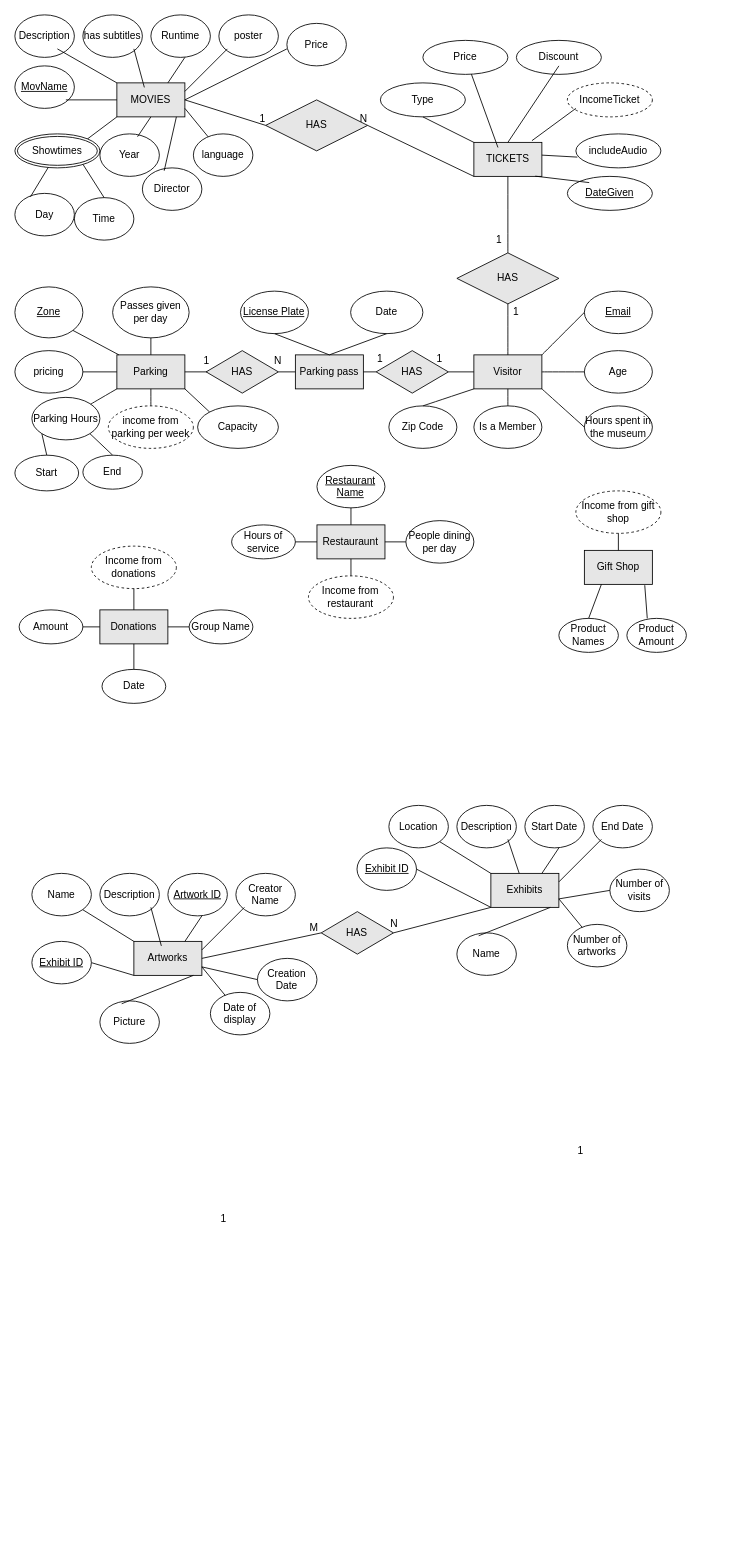
Before: Untitled Diagram.drawio in parzival-3x/MuseumDBProject, a draw.io diagram. Source tidied: cells renumbered, new cells numbered last; positions are measured from the earlier drawing's top-left corner, leaving out a move shared by most shapes. Both pictures are drawn from the tidied source at 85%, with x=0, y=0 at pixel (14, 14).
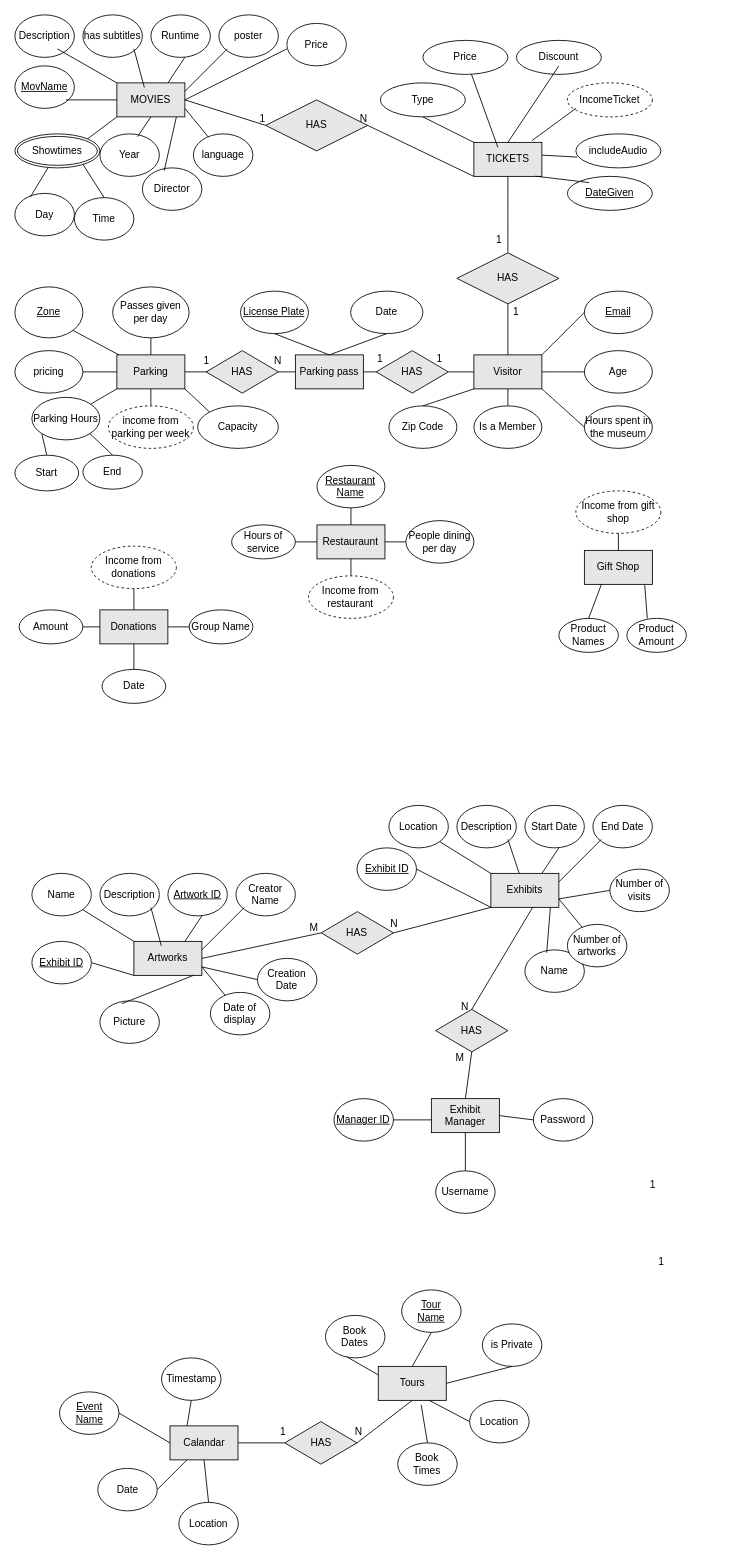
After the change.

Unchanged cells that the change refers to:
```xml
<mxCell id="118" value="&lt;div&gt;Exhibits&lt;/div&gt;" style="rounded=0;whiteSpace=wrap;html=1;labelBackgroundColor=none;fillColor=#E6E6E6;strokeColor=default;align=center;fontColor=default;" parent="1" vertex="1">
  <mxGeometry x="560" y="1010" width="80" height="40" as="geometry" />
</mxCell>
<mxCell id="154" value="HAS" style="shape=rhombus;perimeter=rhombusPerimeter;whiteSpace=wrap;html=1;align=center;labelBackgroundColor=none;strokeColor=default;fontColor=default;fillColor=#E6E6E6;" parent="1" vertex="1">
  <mxGeometry x="360.4" y="1055" width="85" height="50" as="geometry" />
</mxCell>
```

What changed in the source:
```diff
@@
     <mxCell id="119" value="Name" style="ellipse;whiteSpace=wrap;html=1;labelBackgroundColor=none;strokeColor=default;fontColor=default;fillColor=#FFFFFF;" parent="1" vertex="1">
-      <mxGeometry x="520" y="1080" width="70" height="50" as="geometry" />
+      <mxGeometry x="600" y="1100" width="70" height="50" as="geometry" />
     </mxCell>
@@
-    <mxCell id="132" value="1" style="html=1;align=right;verticalAlign=bottom;labelBackgroundColor=none;strokeColor=default;fontColor=default;fillColor=#E6E6E6;" parent="1" vertex="1">
-      <mxGeometry x="745.4" y="1070.1" as="geometry">
+    <mxCell id="132" value="M" style="html=1;align=right;verticalAlign=bottom;labelBackgroundColor=none;strokeColor=default;fontColor=default;fillColor=#E6E6E6;" parent="1" vertex="1">
+      <mxGeometry x="605" y="960" as="geometry">
         <mxPoint x="-76" y="275" as="offset" />
       </mxGeometry>
     </mxCell>
@@
     <mxCell id="150" value="1" style="html=1;align=right;verticalAlign=bottom;labelBackgroundColor=none;strokeColor=default;fontColor=default;fillColor=#E6E6E6;" parent="1" vertex="1">
-      <mxGeometry x="325.4" y="1150.1" as="geometry">
+      <mxGeometry x="840" y="1200" as="geometry">
         <mxPoint x="-76" y="275" as="offset" />
       </mxGeometry>
     </mxCell>
@@
+    <mxCell id="155" style="endArrow=none;html=1;rounded=0;entryX=0;entryY=0.5;entryDx=0;entryDy=0;" parent="1" edge="1" target="154">
+      <mxGeometry relative="1" as="geometry">
+        <mxPoint x="220" y="1110" as="sourcePoint" />
+      </mxGeometry>
+    </mxCell>
@@
-    <mxCell id="155" style="endArrow=none;html=1;rounded=0;entryX=0;entryY=0.5;entryDx=0;entryDy=0;" parent="1" edge="1" target="154">
-      <mxGeometry relative="1" as="geometry">
-        <mxPoint x="220" y="1110" as="sourcePoint" />
-      </mxGeometry>
-    </mxCell>
@@
+    <mxCell id="159" value="Calandar" style="rounded=0;whiteSpace=wrap;html=1;labelBackgroundColor=none;fillColor=#E6E6E6;strokeColor=default;align=center;fontColor=default;" parent="1" vertex="1">
+      <mxGeometry x="182.5" y="1660" width="80" height="40" as="geometry" />
+    </mxCell>
+    <mxCell id="160" value="&lt;u&gt;Event&lt;br&gt;Name&lt;/u&gt;" style="ellipse;whiteSpace=wrap;html=1;labelBackgroundColor=none;strokeColor=default;fontColor=default;fillColor=#FFFFFF;" parent="1" vertex="1">
+      <mxGeometry x="52.5" y="1620" width="70" height="50" as="geometry" />
+    </mxCell>
+    <mxCell id="161" style="endArrow=none;html=1;rounded=0;exitX=0;exitY=0.5;exitDx=0;exitDy=0;entryX=1;entryY=0.5;entryDx=0;entryDy=0;" parent="1" edge="1" source="159" target="160">
+      <mxGeometry relative="1" as="geometry" />
+    </mxCell>
+    <mxCell id="162" value="Date" style="ellipse;whiteSpace=wrap;html=1;labelBackgroundColor=none;strokeColor=default;fontColor=default;fillColor=#FFFFFF;" parent="1" vertex="1">
+      <mxGeometry x="97.5" y="1710" width="70" height="50" as="geometry" />
+    </mxCell>
+    <mxCell id="163" value="Timestamp" style="ellipse;whiteSpace=wrap;html=1;labelBackgroundColor=none;strokeColor=default;fontColor=default;fillColor=#FFFFFF;" parent="1" vertex="1">
+      <mxGeometry x="172.5" y="1580" width="70" height="50" as="geometry" />
+    </mxCell>
+    <mxCell id="164" value="Location" style="ellipse;whiteSpace=wrap;html=1;labelBackgroundColor=none;strokeColor=default;fontColor=default;fillColor=#FFFFFF;" parent="1" vertex="1">
+      <mxGeometry x="192.9" y="1750" width="70" height="50" as="geometry" />
+    </mxCell>
+    <mxCell id="165" value="Tours" style="rounded=0;whiteSpace=wrap;html=1;labelBackgroundColor=none;fillColor=#E6E6E6;strokeColor=default;align=center;fontColor=default;" parent="1" vertex="1">
+      <mxGeometry x="427.5" y="1590" width="80" height="40" as="geometry" />
+    </mxCell>
+    <mxCell id="166" style="endArrow=none;html=1;rounded=0;exitX=1;exitY=0.5;exitDx=0;exitDy=0;entryX=0.25;entryY=1;entryDx=0;entryDy=0;" parent="1" edge="1" source="162" target="159">
+      <mxGeometry relative="1" as="geometry" />
+    </mxCell>
+    <mxCell id="167" style="endArrow=none;html=1;rounded=0;exitX=0.5;exitY=0;exitDx=0;exitDy=0;entryX=0.5;entryY=1;entryDx=0;entryDy=0;" parent="1" edge="1" source="164" target="159">
+      <mxGeometry relative="1" as="geometry" />
+    </mxCell>
+    <mxCell id="168" style="endArrow=none;html=1;rounded=0;exitX=0.25;exitY=0;exitDx=0;exitDy=0;entryX=0.5;entryY=1;entryDx=0;entryDy=0;" parent="1" edge="1" source="159" target="163">
+      <mxGeometry relative="1" as="geometry" />
+    </mxCell>
+    <mxCell id="169" value="HAS" style="shape=rhombus;perimeter=rhombusPerimeter;whiteSpace=wrap;html=1;align=center;labelBackgroundColor=none;strokeColor=default;fontColor=default;fillColor=#E6E6E6;" parent="1" vertex="1">
+      <mxGeometry x="317.5" y="1655" width="85" height="50" as="geometry" />
+    </mxCell>
+    <mxCell id="170" style="endArrow=none;html=1;rounded=0;exitX=1;exitY=0.5;exitDx=0;exitDy=0;entryX=0;entryY=0.5;entryDx=0;entryDy=0;" parent="1" edge="1" source="159" target="169">
+      <mxGeometry relative="1" as="geometry" />
+    </mxCell>
+    <mxCell id="171" style="endArrow=none;html=1;rounded=0;entryX=0.5;entryY=1;entryDx=0;entryDy=0;exitX=1;exitY=0.5;exitDx=0;exitDy=0;" parent="1" edge="1" source="169" target="165">
+      <mxGeometry relative="1" as="geometry" />
+    </mxCell>
+    <mxCell id="172" value="Book&lt;br&gt;Dates" style="ellipse;whiteSpace=wrap;html=1;labelBackgroundColor=none;strokeColor=default;fontColor=default;fillColor=#FFFFFF;" parent="1" vertex="1">
+      <mxGeometry x="365.4" y="1530" width="70" height="50" as="geometry" />
+    </mxCell>
+    <mxCell id="173" value="&lt;u&gt;Tour&lt;br&gt;Name&lt;/u&gt;" style="ellipse;whiteSpace=wrap;html=1;labelBackgroundColor=none;strokeColor=default;fontColor=default;fillColor=#FFFFFF;" parent="1" vertex="1">
+      <mxGeometry x="455" y="1500" width="70" height="50" as="geometry" />
+    </mxCell>
+    <mxCell id="174" value="is Private" style="ellipse;whiteSpace=wrap;html=1;labelBackgroundColor=none;strokeColor=default;fontColor=default;fillColor=#FFFFFF;" parent="1" vertex="1">
+      <mxGeometry x="550" y="1540" width="70" height="50" as="geometry" />
+    </mxCell>
+    <mxCell id="175" value="Location" style="ellipse;whiteSpace=wrap;html=1;labelBackgroundColor=none;strokeColor=default;fontColor=default;fillColor=#FFFFFF;" parent="1" vertex="1">
+      <mxGeometry x="535" y="1630" width="70" height="50" as="geometry" />
+    </mxCell>
+    <mxCell id="176" style="endArrow=none;html=1;rounded=0;entryX=0.5;entryY=1;entryDx=0;entryDy=0;exitX=0.5;exitY=0;exitDx=0;exitDy=0;" parent="1" edge="1" source="165" target="173">
+      <mxGeometry relative="1" as="geometry" />
+    </mxCell>
+    <mxCell id="177" style="endArrow=none;html=1;rounded=0;entryX=0;entryY=0.25;entryDx=0;entryDy=0;exitX=0.359;exitY=0.976;exitDx=0;exitDy=0;exitPerimeter=0;" parent="1" edge="1" source="172" target="165">
+      <mxGeometry relative="1" as="geometry" />
+    </mxCell>
+    <mxCell id="178" style="endArrow=none;html=1;rounded=0;entryX=0.75;entryY=1;entryDx=0;entryDy=0;exitX=0;exitY=0.5;exitDx=0;exitDy=0;" parent="1" edge="1" source="175" target="165">
+      <mxGeometry relative="1" as="geometry" />
+    </mxCell>
+    <mxCell id="179" style="endArrow=none;html=1;rounded=0;exitX=1;exitY=0.5;exitDx=0;exitDy=0;entryX=0.5;entryY=1;entryDx=0;entryDy=0;" parent="1" edge="1" source="165" target="174">
+      <mxGeometry relative="1" as="geometry" />
+    </mxCell>
+    <mxCell id="180" value="Book&lt;br&gt;Times" style="ellipse;whiteSpace=wrap;html=1;labelBackgroundColor=none;strokeColor=default;fontColor=default;fillColor=#FFFFFF;" parent="1" vertex="1">
+      <mxGeometry x="450.4" y="1680" width="70" height="50" as="geometry" />
+    </mxCell>
+    <mxCell id="181" style="endArrow=none;html=1;rounded=0;exitX=0.631;exitY=1.132;exitDx=0;exitDy=0;exitPerimeter=0;entryX=0.5;entryY=0;entryDx=0;entryDy=0;" parent="1" edge="1" source="165" target="180">
+      <mxGeometry relative="1" as="geometry" />
+    </mxCell>
+    <mxCell id="182" value="HAS" style="shape=rhombus;perimeter=rhombusPerimeter;whiteSpace=wrap;html=1;align=center;labelBackgroundColor=none;strokeColor=default;fontColor=default;fillColor=#E6E6E6;" parent="1" vertex="1">
+      <mxGeometry x="495" y="1170" width="85" height="50" as="geometry" />
+    </mxCell>
+    <mxCell id="183" style="endArrow=none;html=1;rounded=0;entryX=0.618;entryY=0.988;entryDx=0;entryDy=0;entryPerimeter=0;exitX=0.5;exitY=0;exitDx=0;exitDy=0;" parent="1" edge="1" source="182" target="118">
+      <mxGeometry relative="1" as="geometry" />
+    </mxCell>
+    <mxCell id="184" value="Exhibit Manager" style="rounded=0;whiteSpace=wrap;html=1;labelBackgroundColor=none;fillColor=#E6E6E6;strokeColor=default;align=center;fontColor=default;" parent="1" vertex="1">
+      <mxGeometry x="490" y="1275" width="80" height="40" as="geometry" />
+    </mxCell>
+    <mxCell id="185" value="&lt;u&gt;Manager ID&lt;/u&gt;" style="ellipse;whiteSpace=wrap;html=1;labelBackgroundColor=none;strokeColor=default;fontColor=default;fillColor=#FFFFFF;" parent="1" vertex="1">
+      <mxGeometry x="375.4" y="1275" width="70" height="50" as="geometry" />
+    </mxCell>
+    <mxCell id="186" value="Username" style="ellipse;whiteSpace=wrap;html=1;labelBackgroundColor=none;strokeColor=default;fontColor=default;fillColor=#FFFFFF;" parent="1" vertex="1">
+      <mxGeometry x="495" y="1360" width="70" height="50" as="geometry" />
+    </mxCell>
+    <mxCell id="187" value="Password" style="ellipse;whiteSpace=wrap;html=1;labelBackgroundColor=none;strokeColor=default;fontColor=default;fillColor=#FFFFFF;" parent="1" vertex="1">
+      <mxGeometry x="610" y="1275" width="70" height="50" as="geometry" />
+    </mxCell>
+    <mxCell id="188" style="endArrow=none;html=1;rounded=0;entryX=0.5;entryY=1;entryDx=0;entryDy=0;exitX=0.5;exitY=0;exitDx=0;exitDy=0;" parent="1" edge="1" source="184" target="182">
+      <mxGeometry relative="1" as="geometry" />
+    </mxCell>
+    <mxCell id="189" style="endArrow=none;html=1;rounded=0;exitX=1;exitY=0.5;exitDx=0;exitDy=0;" parent="1" edge="1" source="185">
+      <mxGeometry relative="1" as="geometry">
+        <mxPoint x="490" y="1300" as="targetPoint" />
+      </mxGeometry>
+    </mxCell>
+    <mxCell id="190" style="endArrow=none;html=1;rounded=0;entryX=0.5;entryY=1;entryDx=0;entryDy=0;exitX=0.5;exitY=0;exitDx=0;exitDy=0;" parent="1" edge="1" source="186" target="184">
+      <mxGeometry relative="1" as="geometry" />
+    </mxCell>
+    <mxCell id="191" style="endArrow=none;html=1;rounded=0;entryX=1;entryY=0.5;entryDx=0;entryDy=0;exitX=0;exitY=0.5;exitDx=0;exitDy=0;" parent="1" edge="1" source="187" target="184">
+      <mxGeometry relative="1" as="geometry" />
+    </mxCell>
+    <mxCell id="192" value="1" style="html=1;align=right;verticalAlign=bottom;labelBackgroundColor=none;strokeColor=default;fontColor=default;fillColor=#E6E6E6;" parent="1" vertex="1">
+      <mxGeometry x="395" y="1400" as="geometry">
+        <mxPoint x="-76" y="275" as="offset" />
+      </mxGeometry>
+    </mxCell>
+    <mxCell id="193" value="N" style="html=1;align=right;verticalAlign=bottom;labelBackgroundColor=none;strokeColor=default;fontColor=default;fillColor=#E6E6E6;" parent="1" vertex="1">
+      <mxGeometry x="485.4" y="1400" as="geometry">
+        <mxPoint x="-76" y="275" as="offset" />
+      </mxGeometry>
+    </mxCell>
+    <mxCell id="194" value="N" style="html=1;align=right;verticalAlign=bottom;labelBackgroundColor=none;strokeColor=default;fontColor=default;fillColor=#E6E6E6;" parent="1" vertex="1">
+      <mxGeometry x="610" y="900" as="geometry">
+        <mxPoint x="-76" y="275" as="offset" />
+      </mxGeometry>
+    </mxCell>
+    <mxCell id="195" value="1" style="html=1;align=right;verticalAlign=bottom;labelBackgroundColor=none;strokeColor=default;fontColor=default;fillColor=#E6E6E6;" parent="1" vertex="1">
+      <mxGeometry x="830" y="1110" as="geometry">
+        <mxPoint x="-76" y="275" as="offset" />
+      </mxGeometry>
+    </mxCell>
```
